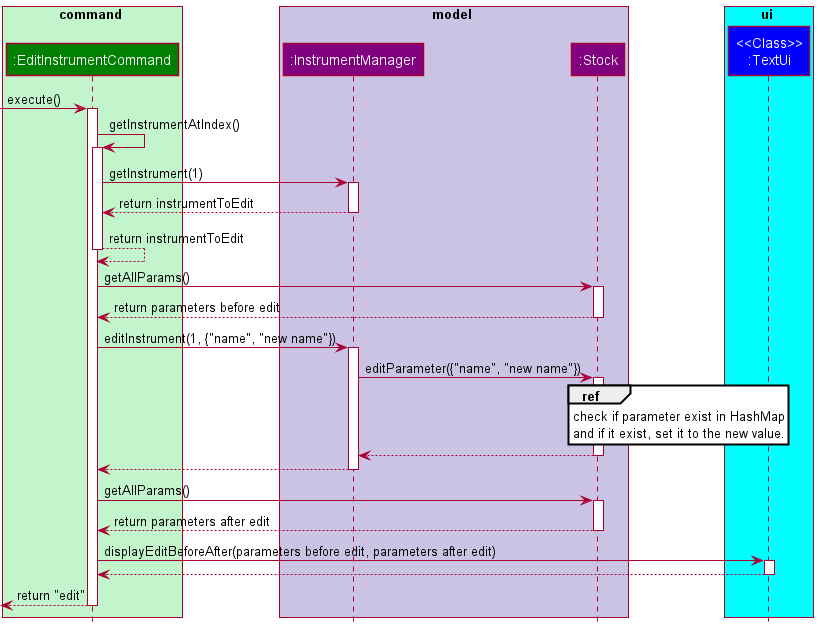
williamlamjy/mTracker keeps this PlantUML diagram as docs/images/EditExecuteSequenceDiagram.png. Above is the earlier version. Its diagram source:
```plantuml
@startuml
!include Styles.puml

box command COLOR_FAINT_GREEN
participant ":EditInstrumentCommand" as EditInstrumentCommand COLOR_COMMANDS
end box

box model COLOR_MODEL_SEGMENT
participant ":InstrumentManager" as InstrumentManager COLOR_MODEL
participant ":Stock" as Instrument COLOR_MODEL
end box

box ui COLOR_LIGHT_BLUE
participant "<<Class>>\n:TextUi" as TextUi COLOR_UI
end box

[->EditInstrumentCommand:execute()
activate EditInstrumentCommand

EditInstrumentCommand -> EditInstrumentCommand: getInstrumentAtIndex()
activate EditInstrumentCommand
EditInstrumentCommand-> InstrumentManager: getInstrument(1)
activate InstrumentManager
InstrumentManager--> EditInstrumentCommand: return instrumentToEdit
deactivate InstrumentManager
EditInstrumentCommand--> EditInstrumentCommand: return instrumentToEdit
deactivate EditInstrumentCommand


EditInstrumentCommand -> Instrument: getAllParams()
activate Instrument
Instrument --> EditInstrumentCommand: return parameters before edit
deactivate Instrument

EditInstrumentCommand-> InstrumentManager: editInstrument(1, {"name", "new name"})
activate InstrumentManager

InstrumentManager -> Instrument: editParameter({"name", "new name"})
activate Instrument

ref over Instrument
check if parameter exist in HashMap
and if it exist, set it to the new value.
endref

Instrument --> InstrumentManager
deactivate Instrument

InstrumentManager --> EditInstrumentCommand
deactivate InstrumentManager

EditInstrumentCommand -> Instrument: getAllParams()
activate Instrument
Instrument --> EditInstrumentCommand: return parameters after edit
deactivate Instrument

EditInstrumentCommand-> TextUi: displayEditBeforeAfter(parameters before edit, parameters after edit)
activate TextUi

TextUi --> EditInstrumentCommand
deactivate TextUi

[<--EditInstrumentCommand: return "edit"
deactivate EditInstrumentCommand
@enduml
```
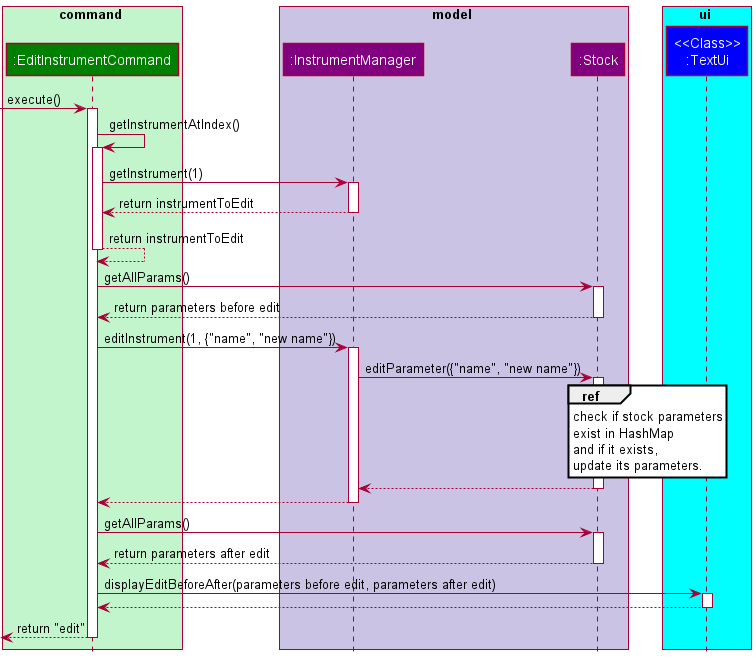
The same diagram one commit later.

The edit, as a diff of the source:
```diff
@@ -39,8 +39,10 @@
 activate Instrument
 
 ref over Instrument
-check if parameter exist in HashMap
-and if it exist, set it to the new value.
+check if stock parameters
+exist in HashMap
+and if it exists,
+update its parameters.
 endref
 
 Instrument --> InstrumentManager
@@ -62,4 +64,5 @@
 
 [<--EditInstrumentCommand: return "edit"
 deactivate EditInstrumentCommand
+
 @enduml
```
